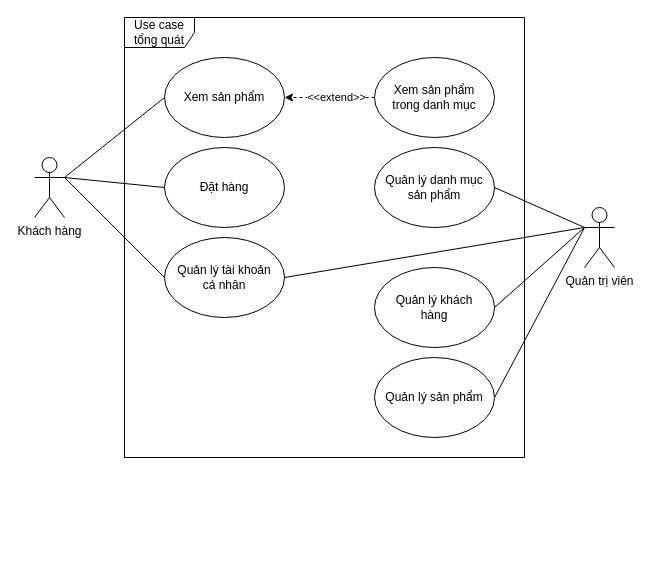
The draw.io diagram page "Usecase Overall" (1 of 10) of document/diagram/PBL03.drawio in BlenDMinh/PBL03, before the edit. Source tidied: cells renumbered, new cells numbered last; positions are measured from the earlier drawing's top-left corner, leaving out a move shared by most shapes. Both pictures are drawn from the tidied source at 100%, with x=0, y=0 at pixel (34, 17).
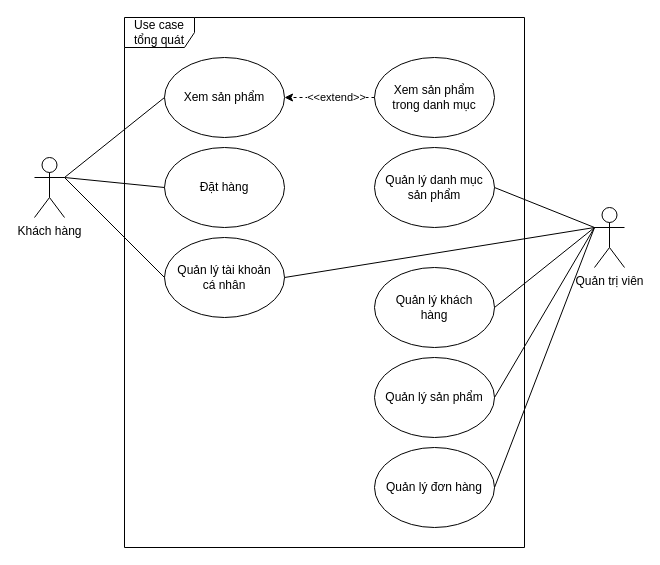
The same diagram, later.

Diff of the diagram source:
```diff
@@
     <mxCell id="2" value="Use case tổng quát" style="shape=umlFrame;whiteSpace=wrap;html=1;width=70;height=30;" parent="1" vertex="1">
-      <mxGeometry x="90" width="400" height="440" as="geometry" />
+      <mxGeometry x="90" width="400" height="530" as="geometry" />
     </mxCell>
@@
     <mxCell id="6" value="Quản trị viên" style="shape=umlActor;verticalLabelPosition=bottom;verticalAlign=top;html=1;outlineConnect=0;" parent="1" vertex="1">
-      <mxGeometry x="550" y="190" width="30" height="60" as="geometry" />
+      <mxGeometry x="560" y="190" width="30" height="60" as="geometry" />
     </mxCell>
@@
+    <mxCell id="21" value="Quản lý đơn hàng" style="ellipse;whiteSpace=wrap;html=1;spacing=10;" parent="1" vertex="1">
+      <mxGeometry x="340" y="430" width="120" height="80" as="geometry" />
+    </mxCell>
+    <mxCell id="22" style="endArrow=none;html=1;rounded=0;exitX=1;exitY=0.5;exitDx=0;exitDy=0;entryX=0;entryY=0.3333333333333333;entryDx=0;entryDy=0;entryPerimeter=0;" parent="1" edge="1" source="21" target="6">
+      <mxGeometry relative="1" as="geometry" />
+    </mxCell>
```
